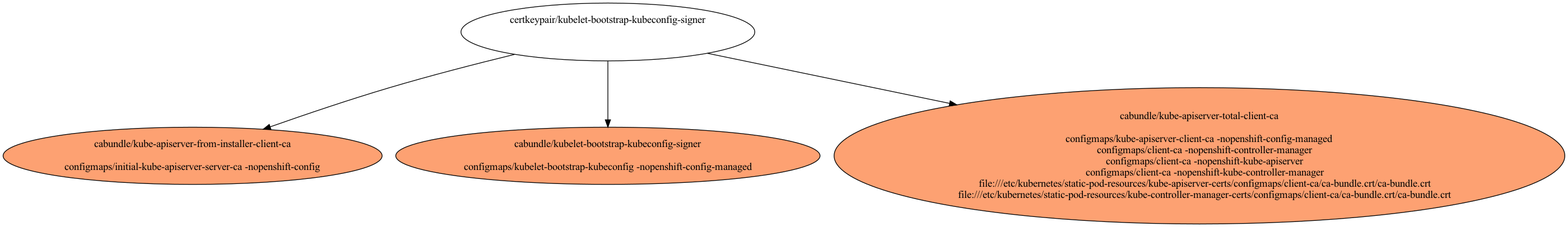
openshift/api keeps this Graphviz diagram as tls/docs/kube-apiserver Client Certificates/subcert-kubelet-bootstrap-kubeconfig-signer.png. Above is the earlier version. Its source is kept beside it as tls/docs/kube-apiserver Client Certificates/subcert-kubelet-bootstrap-kubeconfig-signer.dot.
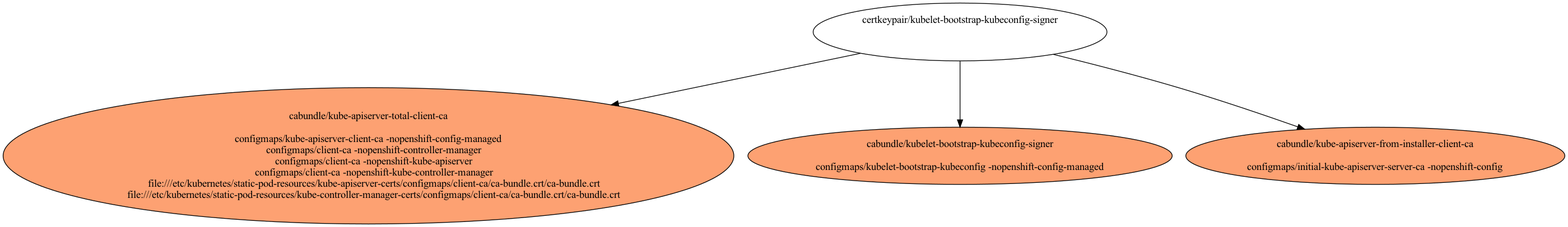
The same diagram one commit later.

The edit, as a diff of the source:
```diff
@@ -1,26 +1,26 @@
 digraph "Local Certificate" {
-  1 [
+  4 [
     label="certkeypair/kubelet-bootstrap-kubeconfig-signer\n\n\n"
     style=filled
     fillcolor=white
   ];
-  16 [
+  18 [
+    label="cabundle/kube-apiserver-total-client-ca\n\nconfigmaps/kube-apiserver-client-ca -nopenshift-config-managed\n    configmaps/client-ca -nopenshift-controller-manager\n    configmaps/client-ca -nopenshift-kube-apiserver\n    configmaps/client-ca -nopenshift-kube-controller-manager\n    file:///etc/kubernetes/static-pod-resources/kube-apiserver-certs/configmaps/client-ca/ca-bundle.crt/ca-bundle.crt\n    file:///etc/kubernetes/static-pod-resources/kube-controller-manager-certs/configmaps/client-ca/ca-bundle.crt/ca-bundle.crt\n"
+    style=filled
+    fillcolor="#fda172"
+  ];
+  20 [
+    label="cabundle/kubelet-bootstrap-kubeconfig-signer\n\nconfigmaps/kubelet-bootstrap-kubeconfig -nopenshift-config-managed\n"
+    style=filled
+    fillcolor="#fda172"
+  ];
+  28 [
     label="cabundle/kube-apiserver-from-installer-client-ca\n\nconfigmaps/initial-kube-apiserver-server-ca -nopenshift-config\n"
     style=filled
     fillcolor="#fda172"
   ];
-  17 [
-    label="cabundle/kubelet-bootstrap-kubeconfig-signer\n\nconfigmaps/kubelet-bootstrap-kubeconfig -nopenshift-config-managed\n"
-    style=filled
-    fillcolor="#fda172"
-  ];
-  21 [
-    label="cabundle/kube-apiserver-total-client-ca\n\nconfigmaps/kube-apiserver-client-ca -nopenshift-config-managed\n    configmaps/client-ca -nopenshift-controller-manager\n    configmaps/client-ca -nopenshift-kube-apiserver\n    configmaps/client-ca -nopenshift-kube-controller-manager\n    file:///etc/kubernetes/static-pod-resources/kube-apiserver-certs/configmaps/client-ca/ca-bundle.crt/ca-bundle.crt\n    file:///etc/kubernetes/static-pod-resources/kube-controller-manager-certs/configmaps/client-ca/ca-bundle.crt/ca-bundle.crt\n"
-    style=filled
-    fillcolor="#fda172"
-  ];
 
-  1 -> 16;
-  1 -> 17;
-  1 -> 21;
+  4 -> 18;
+  4 -> 20;
+  4 -> 28;
 }
```
